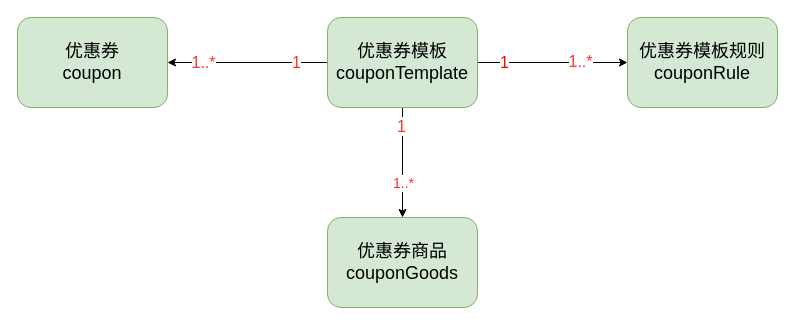
Above: 积分商城/未命名绘图.drawio in messi122/picture (draw.io), before the change. Source tidied: cells renumbered, new cells numbered last; positions are measured from the earlier drawing's top-left corner, leaving out a move shared by most shapes. Both pictures are drawn from the tidied source at 100%, with x=0, y=0 at pixel (17, 17).
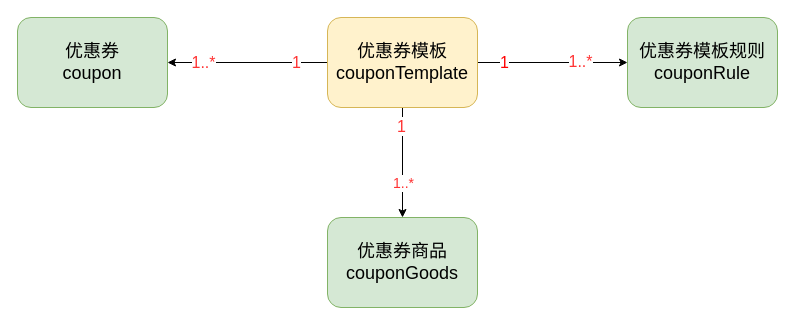
The same page after the edit.

Commit message:
更新未命名绘图.drawio

Change to the diagram source:
```diff
@@
 <mxGraphModel>
   <root>
     <mxCell id="0" />
     <mxCell id="1" parent="0" />
     <mxCell id="2" value="&lt;div&gt;&lt;font style=&quot;font-size: 18px;&quot;&gt;优惠券&lt;/font&gt;&lt;/div&gt;&lt;font style=&quot;font-size: 18px;&quot;&gt;coupon&lt;/font&gt;" style="rounded=1;whiteSpace=wrap;html=1;fillColor=#d5e8d4;strokeColor=#82b366;" parent="1" vertex="1">
       <mxGeometry width="150" height="90" as="geometry" />
     </mxCell>
     <mxCell id="3" value="&lt;div&gt;&lt;font style=&quot;font-size: 18px;&quot;&gt;优惠券模板规则&lt;/font&gt;&lt;/div&gt;&lt;font style=&quot;font-size: 18px;&quot;&gt;couponRule&lt;/font&gt;" style="rounded=1;whiteSpace=wrap;html=1;fillColor=#d5e8d4;strokeColor=#82b366;" parent="1" vertex="1">
       <mxGeometry x="610" width="150" height="90" as="geometry" />
     </mxCell>
     <mxCell id="4" style="edgeStyle=orthogonalEdgeStyle;rounded=0;jettySize=auto;html=1;exitX=1;exitY=0.5;exitDx=0;exitDy=0;entryX=0;entryY=0.5;entryDx=0;entryDy=0;" parent="1" edge="1" source="13" target="3">
       <mxGeometry relative="1" as="geometry" />
     </mxCell>
     <mxCell id="5" value="1..*" style="edgeLabel;html=1;align=center;verticalAlign=middle;fontSize=16;fontColor=#FF3333;" parent="4" vertex="1">
       <mxGeometry x="-0.23" y="1" relative="1" as="geometry">
         <mxPoint x="44" y="-1" as="offset" />
       </mxGeometry>
     </mxCell>
     <mxCell id="6" value="1" style="edgeLabel;html=1;align=center;verticalAlign=middle;fontSize=16;fontColor=#FF0000;" parent="4" vertex="1">
       <mxGeometry x="-0.65" y="1" relative="1" as="geometry" />
     </mxCell>
     <mxCell id="7" style="edgeStyle=orthogonalEdgeStyle;rounded=0;jettySize=auto;html=1;" parent="1" edge="1" source="13" target="2">
       <mxGeometry relative="1" as="geometry" />
     </mxCell>
     <mxCell id="8" value="1" style="edgeLabel;html=1;align=center;verticalAlign=middle;fontSize=16;fontColor=#FF3333;" parent="7" vertex="1">
       <mxGeometry x="-0.6" y="-2" relative="1" as="geometry">
         <mxPoint y="1" as="offset" />
       </mxGeometry>
     </mxCell>
     <mxCell id="9" value="1..*" style="edgeLabel;html=1;align=center;verticalAlign=middle;fontSize=16;fontColor=#FF3333;" parent="7" vertex="1">
       <mxGeometry x="0.56" y="-4" relative="1" as="geometry">
         <mxPoint y="3" as="offset" />
       </mxGeometry>
     </mxCell>
     <mxCell id="10" style="edgeStyle=orthogonalEdgeStyle;rounded=0;jettySize=auto;html=1;" parent="1" edge="1" source="13" target="14">
       <mxGeometry relative="1" as="geometry" />
     </mxCell>
     <mxCell id="11" value="1..*" style="edgeLabel;html=1;align=center;verticalAlign=middle;fontSize=14;fontColor=#FF3333;" parent="10" vertex="1">
       <mxGeometry x="-0.13" y="3" relative="1" as="geometry">
         <mxPoint x="-3" y="27" as="offset" />
       </mxGeometry>
     </mxCell>
     <mxCell id="12" value="1" style="edgeLabel;html=1;align=center;verticalAlign=middle;fontSize=16;fontColor=#FF3333;" parent="10" vertex="1">
       <mxGeometry x="-0.68" y="-2" relative="1" as="geometry" />
     </mxCell>
-    <mxCell id="13" value="&lt;div&gt;&lt;font style=&quot;font-size: 18px;&quot;&gt;优惠券模板&lt;/font&gt;&lt;/div&gt;&lt;font style=&quot;font-size: 18px;&quot;&gt;couponTemplate&lt;/font&gt;" style="rounded=1;whiteSpace=wrap;html=1;fillColor=#d5e8d4;strokeColor=#82b366;" parent="1" vertex="1">
+    <mxCell id="13" value="&lt;div&gt;&lt;font style=&quot;font-size: 18px;&quot;&gt;优惠券模板&lt;/font&gt;&lt;/div&gt;&lt;font style=&quot;font-size: 18px;&quot;&gt;couponTemplate&lt;/font&gt;" style="rounded=1;whiteSpace=wrap;html=1;fillColor=#fff2cc;strokeColor=#d6b656;" parent="1" vertex="1">
       <mxGeometry x="310" width="150" height="90" as="geometry" />
     </mxCell>
     <mxCell id="14" value="&lt;div&gt;&lt;font style=&quot;font-size: 18px;&quot;&gt;优惠券商品&lt;/font&gt;&lt;/div&gt;&lt;font style=&quot;font-size: 18px;&quot;&gt;couponGoods&lt;/font&gt;" style="rounded=1;whiteSpace=wrap;html=1;fillColor=#d5e8d4;strokeColor=#82b366;" parent="1" vertex="1">
       <mxGeometry x="310" y="200" width="150" height="90" as="geometry" />
     </mxCell>
   </root>
 </mxGraphModel>
```
